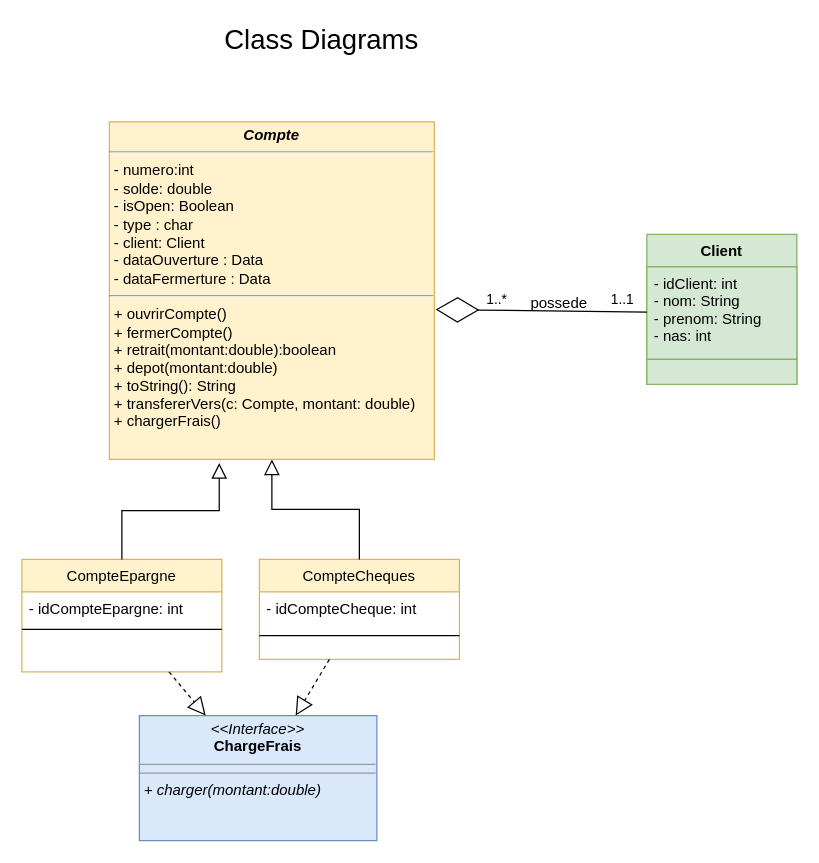
Before: DEPOT/UML_Banque_Java.drawio in LuisCODS/Banque_Java, a draw.io diagram. Source tidied: cells renumbered, new cells numbered last; positions are measured from the earlier drawing's top-left corner, leaving out a move shared by most shapes. Both pictures are drawn from the tidied source at 125%, with x=0, y=0 at pixel (21, 21).
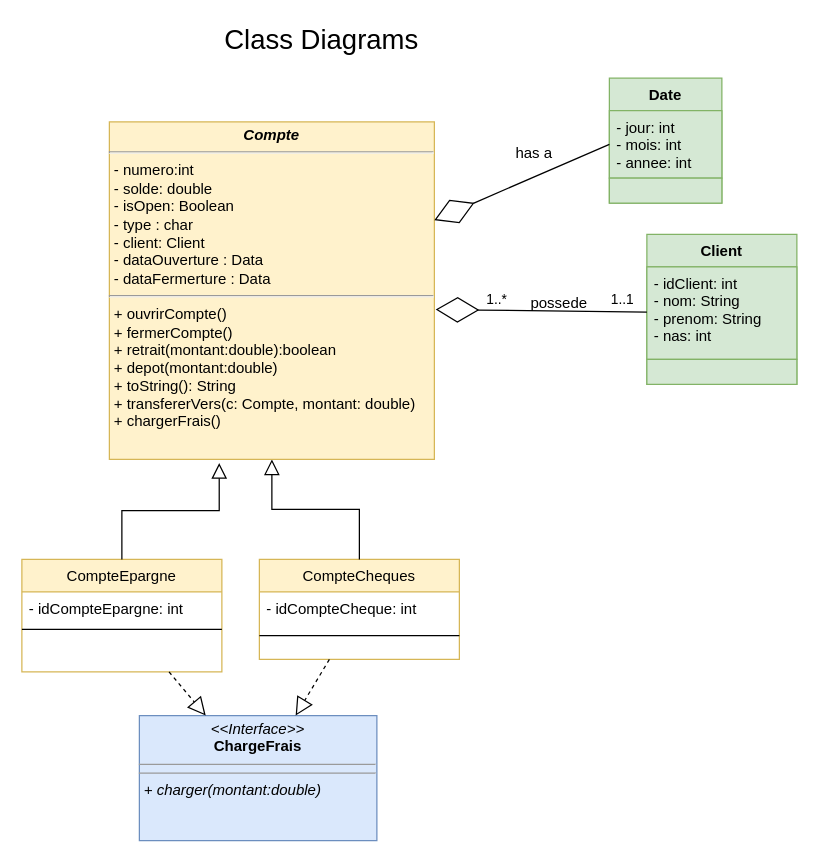
The same page after the edit.

Unchanged cells that the change refers to:
```xml
<mxCell id="10" value="&lt;p style=&quot;margin: 4px 0px 0px; text-align: center; font-size: 12px;&quot;&gt;&lt;i style=&quot;font-size: 12px;&quot;&gt;&lt;b style=&quot;font-size: 12px;&quot;&gt;Compte&lt;/b&gt;&lt;/i&gt;&lt;/p&gt;&lt;hr style=&quot;font-size: 12px;&quot;&gt;&lt;p style=&quot;margin: 0px 0px 0px 4px; font-size: 12px;&quot;&gt;&lt;span style=&quot;font-size: 12px;&quot;&gt;&lt;span style=&quot;font-size: 12px;&quot;&gt;- numero:int&lt;/span&gt;&lt;/span&gt;&lt;/p&gt;&lt;p style=&quot;margin: 0px 0px 0px 4px; font-size: 12px;&quot;&gt;&lt;span style=&quot;font-size: 12px;&quot;&gt;&lt;span style=&quot;font-size: 12px;&quot;&gt;- solde: double&lt;/span&gt;&lt;/span&gt;&lt;/p&gt;&lt;p style=&quot;margin: 0px 0px 0px 4px; font-size: 12px;&quot;&gt;&lt;span style=&quot;font-size: 12px;&quot;&gt;&lt;span style=&quot;font-size: 12px;&quot;&gt;- isOpen: Boolean&lt;/span&gt;&lt;/span&gt;&lt;/p&gt;&lt;p style=&quot;margin: 0px 0px 0px 4px; font-size: 12px;&quot;&gt;&lt;span style=&quot;font-size: 12px;&quot;&gt;&lt;span style=&quot;font-size: 12px;&quot;&gt;- type : char&lt;/span&gt;&lt;/span&gt;&lt;/p&gt;&lt;p style=&quot;margin: 0px 0px 0px 4px; font-size: 12px;&quot;&gt;- client: Client&lt;/p&gt;&lt;p style=&quot;margin: 0px 0px 0px 4px; font-size: 12px;&quot;&gt;- dataOuverture : Data&lt;/p&gt;&lt;p style=&quot;margin: 0px 0px 0px 4px; font-size: 12px;&quot;&gt;- dataFermerture : Data&lt;span style=&quot;font-size: 12px;&quot;&gt;&lt;span style=&quot;font-size: 12px;&quot;&gt;&lt;/span&gt;&lt;/span&gt;&lt;span style=&quot;font-size: 12px;&quot;&gt;&lt;span style=&quot;font-size: 12px;&quot;&gt;&lt;/span&gt;&lt;/span&gt;&lt;/p&gt;&lt;p style=&quot;margin: 0px 0px 0px 4px; font-size: 12px;&quot;&gt;&lt;/p&gt;&lt;hr style=&quot;font-size: 12px;&quot;&gt;&lt;p style=&quot;margin: 0px 0px 0px 4px; font-size: 12px;&quot;&gt;+ ouvrirCompte()&lt;br style=&quot;font-size: 12px;&quot;&gt;&lt;/p&gt;&lt;p style=&quot;margin: 0px 0px 0px 4px; font-size: 12px;&quot;&gt;+ fermerCompte()&lt;br style=&quot;font-size: 12px;&quot;&gt;&lt;/p&gt;&lt;p style=&quot;margin: 0px 0px 0px 4px; font-size: 12px;&quot;&gt;+ retrait(montant:double):boolean&lt;/p&gt;&lt;p style=&quot;margin: 0px 0px 0px 4px; font-size: 12px;&quot;&gt;+ depot(montant:double)&lt;br style=&quot;font-size: 12px;&quot;&gt;&lt;/p&gt;&lt;p style=&quot;margin: 0px 0px 0px 4px; font-size: 12px;&quot;&gt;+ toString(): String&lt;/p&gt;&lt;p style=&quot;margin: 0px 0px 0px 4px; font-size: 12px;&quot;&gt;&lt;/p&gt;&lt;p style=&quot;margin: 0px 0px 0px 4px; font-size: 12px;&quot;&gt;+ transfererVers(c: Compte, montant: double)&lt;br style=&quot;font-size: 12px;&quot;&gt;&lt;/p&gt;&lt;p style=&quot;margin: 0px 0px 0px 4px; font-size: 12px;&quot; align=&quot;left&quot;&gt;+ chargerFrais()&lt;br style=&quot;font-size: 12px;&quot;&gt;&lt;/p&gt;&lt;p style=&quot;margin: 0px 0px 0px 4px; font-size: 12px;&quot;&gt;&lt;/p&gt;&lt;p style=&quot;margin: 0px 0px 0px 4px; font-size: 12px;&quot;&gt;&lt;/p&gt;&lt;p style=&quot;margin: 0px 0px 0px 4px; font-size: 12px;&quot;&gt;&lt;/p&gt;&lt;p style=&quot;margin: 0px 0px 0px 4px; font-size: 12px;&quot;&gt;&lt;/p&gt;&lt;p style=&quot;margin: 0px 0px 0px 4px; font-size: 12px;&quot;&gt;&lt;/p&gt;" style="verticalAlign=top;align=left;overflow=fill;fontSize=12;fontFamily=Helvetica;html=1;fillColor=#fff2cc;strokeColor=#d6b656;" parent="1" vertex="1">
  <mxGeometry x="70" y="80" width="260" height="270" as="geometry" />
</mxCell>
```

What changed in the source:
```diff
@@
+    <mxCell id="23" value="Date" style="swimlane;fontStyle=1;align=center;verticalAlign=top;horizontal=1;startSize=26;fillColor=#d5e8d4;strokeColor=#82b366;" parent="1" vertex="1">
+      <mxGeometry x="470" y="45" width="90" height="100" as="geometry" />
+    </mxCell>
+    <mxCell id="24" value="- jour: int&#10;- mois: int&#10;- annee: int&#10;" style="text;strokeColor=#82b366;fillColor=#d5e8d4;align=left;verticalAlign=top;spacingLeft=4;spacingRight=4;overflow=hidden;points=[[0,0.5],[1,0.5]];portConstraint=eastwest;" parent="23" vertex="1">
+      <mxGeometry y="26" width="90" height="54" as="geometry" />
+    </mxCell>
+    <mxCell id="25" style="line;strokeWidth=1;fillColor=none;align=left;verticalAlign=middle;spacingTop=-1;spacingLeft=3;spacingRight=3;labelPosition=right;strokeColor=inherit;" parent="23" vertex="1">
+      <mxGeometry y="80" width="90" as="geometry" />
+    </mxCell>
+    <mxCell id="26" style="text;strokeColor=#82b366;fillColor=#d5e8d4;align=left;verticalAlign=top;spacingLeft=4;spacingRight=4;overflow=hidden;" parent="23" vertex="1">
+      <mxGeometry y="80" width="90" height="20" as="geometry" />
+    </mxCell>
+    <mxCell id="27" style="endArrow=none;html=1;rounded=0;strokeColor=default;targetPerimeterSpacing=0;startArrow=diamondThin;startFill=0;strokeWidth=1;sourcePerimeterSpacing=0;endSize=0;startSize=32;jumpSize=12;entryX=0;entryY=0.5;entryDx=0;entryDy=0;" parent="1" edge="1" source="10" target="24">
+      <mxGeometry relative="1" as="geometry" />
+    </mxCell>
+    <mxCell id="28" value="has a" style="text;html=1;strokeColor=none;fillColor=none;align=center;verticalAlign=middle;whiteSpace=wrap;rounded=0;" parent="1" vertex="1">
+      <mxGeometry x="380" y="90" width="60" height="30" as="geometry" />
+    </mxCell>
```
